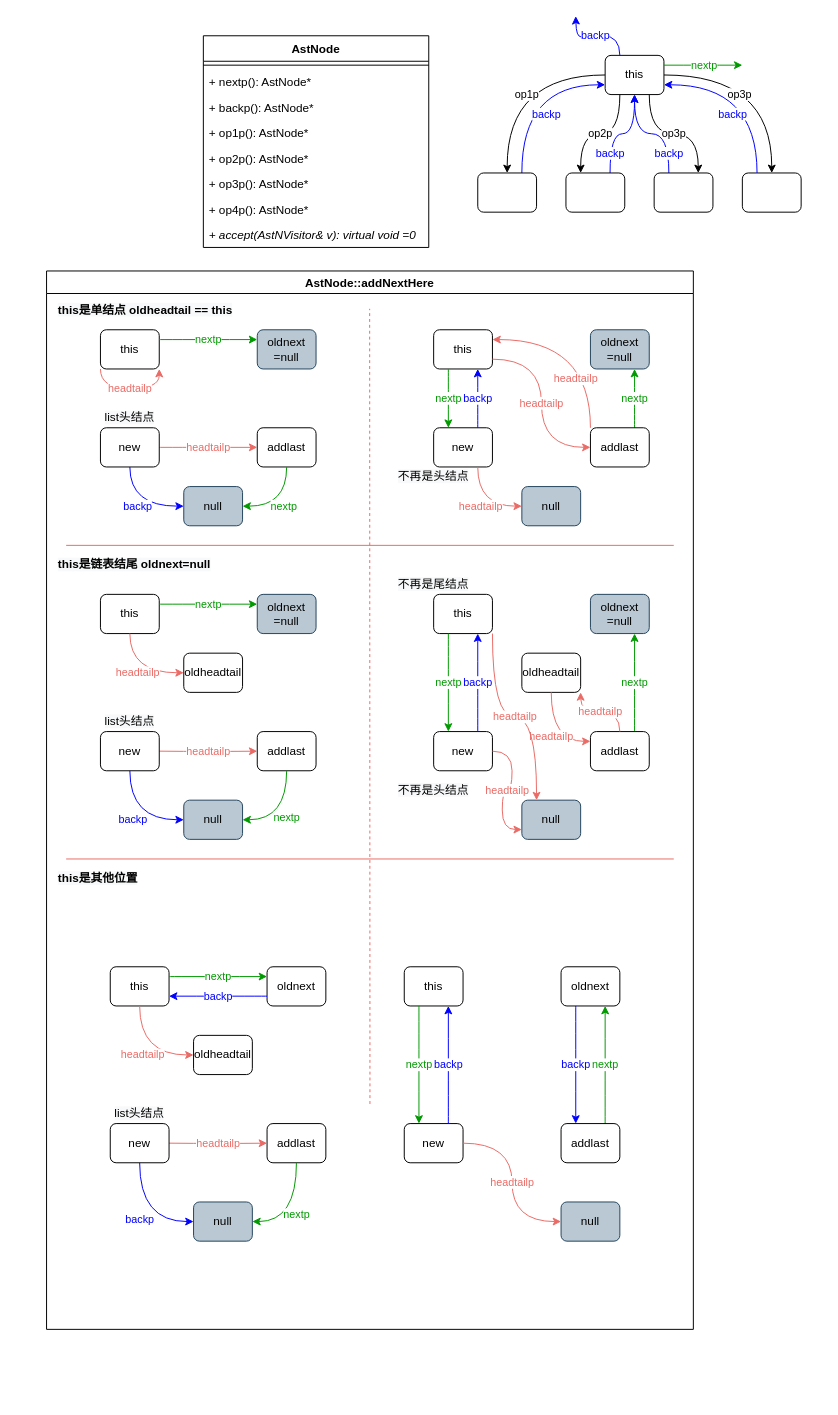
The draw.io diagram verilator_digrams/V3AstNode.drawio in Dercury/CLDK, before the edit. Source tidied: cells renumbered, new cells numbered last; positions are measured from the earlier drawing's top-left corner, leaving out a move shared by most shapes. Both pictures are drawn from the tidied source at 98%, with x=0, y=0 at pixel (46, 16).
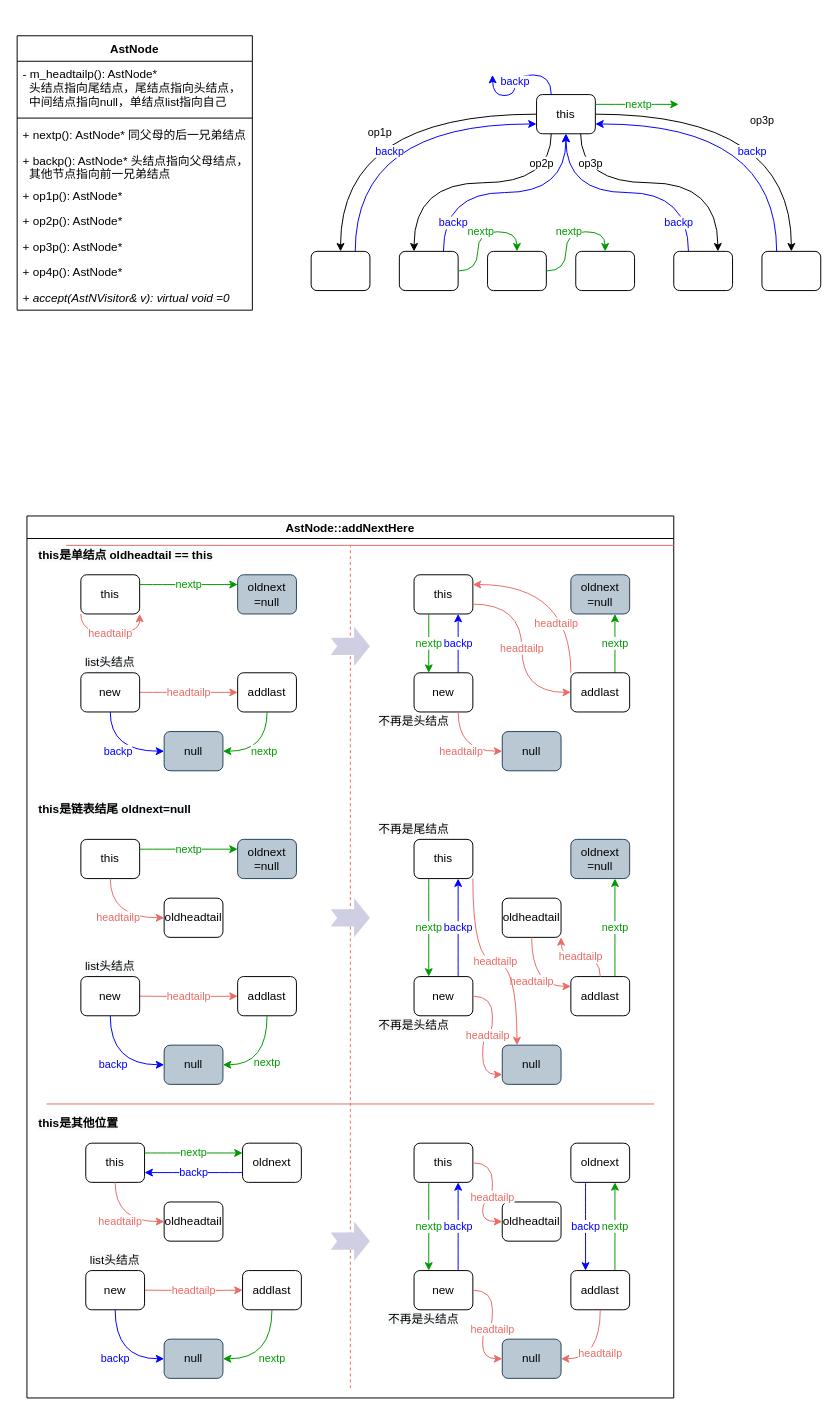
The same diagram, later.

The edit, as a diff of the source:
```diff
@@
     <mxCell id="2" value="AstNode" style="swimlane;fontStyle=1;align=center;verticalAlign=top;horizontal=1;startSize=26;" parent="1" vertex="1">
-      <mxGeometry x="160" y="20" width="230" height="216" as="geometry" />
+      <mxGeometry x="-30" y="20" width="240" height="280" as="geometry" />
     </mxCell>
+    <mxCell id="106" value="- m_headtailp(): AstNode*&#10;  头结点指向尾结点，尾结点指向头结点，&#10;  中间结点指向null，单结点list指向自己" style="text;strokeColor=none;fillColor=none;align=left;verticalAlign=top;spacingLeft=4;spacingRight=4;overflow=hidden;" parent="2" vertex="1">
+      <mxGeometry y="26" width="240" height="54" as="geometry" />
+    </mxCell>
     <mxCell id="3" style="line;strokeWidth=1;fillColor=none;align=left;verticalAlign=middle;spacingTop=-1;spacingLeft=3;spacingRight=3;labelPosition=right;" parent="2" vertex="1">
-      <mxGeometry y="26" width="230" height="8" as="geometry" />
+      <mxGeometry y="80" width="240" height="8" as="geometry" />
     </mxCell>
-    <mxCell id="4" value="+ nextp(): AstNode*" style="text;strokeColor=none;fillColor=none;align=left;verticalAlign=top;spacingLeft=4;spacingRight=4;overflow=hidden;" parent="2" vertex="1">
-      <mxGeometry y="34" width="230" height="26" as="geometry" />
+    <mxCell id="4" value="+ nextp(): AstNode* 同父母的后一兄弟结点" style="text;strokeColor=none;fillColor=none;align=left;verticalAlign=top;spacingLeft=4;spacingRight=4;overflow=hidden;" parent="2" vertex="1">
+      <mxGeometry y="88" width="240" height="26" as="geometry" />
     </mxCell>
-    <mxCell id="5" value="+ backp(): AstNode*" style="text;strokeColor=none;fillColor=none;align=left;verticalAlign=top;spacingLeft=4;spacingRight=4;overflow=hidden;" parent="2" vertex="1">
-      <mxGeometry y="60" width="230" height="26" as="geometry" />
+    <mxCell id="5" value="+ backp(): AstNode* 头结点指向父母结点，&#10;  其他节点指向前一兄弟结点" style="text;strokeColor=none;fillColor=none;align=left;verticalAlign=top;spacingLeft=4;spacingRight=4;overflow=hidden;" parent="2" vertex="1">
+      <mxGeometry y="114" width="240" height="36" as="geometry" />
     </mxCell>
     <mxCell id="6" value="+ op1p(): AstNode*" style="text;strokeColor=none;fillColor=none;align=left;verticalAlign=top;spacingLeft=4;spacingRight=4;overflow=hidden;" parent="2" vertex="1">
-      <mxGeometry y="86" width="230" height="26" as="geometry" />
+      <mxGeometry y="150" width="240" height="26" as="geometry" />
     </mxCell>
     <mxCell id="7" value="+ op2p(): AstNode*" style="text;strokeColor=none;fillColor=none;align=left;verticalAlign=top;spacingLeft=4;spacingRight=4;overflow=hidden;" parent="2" vertex="1">
-      <mxGeometry y="112" width="230" height="26" as="geometry" />
+      <mxGeometry y="176" width="240" height="26" as="geometry" />
     </mxCell>
     <mxCell id="8" value="+ op3p(): AstNode*" style="text;strokeColor=none;fillColor=none;align=left;verticalAlign=top;spacingLeft=4;spacingRight=4;overflow=hidden;" parent="2" vertex="1">
-      <mxGeometry y="138" width="230" height="26" as="geometry" />
+      <mxGeometry y="202" width="240" height="26" as="geometry" />
     </mxCell>
     <mxCell id="9" value="+ op4p(): AstNode*" style="text;strokeColor=none;fillColor=none;align=left;verticalAlign=top;spacingLeft=4;spacingRight=4;overflow=hidden;" parent="2" vertex="1">
-      <mxGeometry y="164" width="230" height="26" as="geometry" />
+      <mxGeometry y="228" width="240" height="26" as="geometry" />
     </mxCell>
     <mxCell id="10" value="+ accept(AstNVisitor&amp; v): virtual void =0" style="text;strokeColor=none;fillColor=none;align=left;verticalAlign=top;spacingLeft=4;spacingRight=4;overflow=hidden;fontStyle=2;" parent="2" vertex="1">
-      <mxGeometry y="190" width="230" height="26" as="geometry" />
+      <mxGeometry y="254" width="240" height="26" as="geometry" />
     </mxCell>
     <mxCell id="11" value="op2p" style="edgeStyle=orthogonalEdgeStyle;rounded=0;jettySize=auto;html=1;exitX=0.25;exitY=1;exitDx=0;exitDy=0;entryX=0.25;entryY=0;entryDx=0;entryDy=0;curved=1;entryPerimeter=0;" parent="1" edge="1" source="15" target="19">
-      <mxGeometry relative="1" as="geometry" />
+      <mxGeometry x="-0.77" y="-10" relative="1" as="geometry">
+        <Array as="points">
+          <mxPoint x="515" y="170" />
+          <mxPoint x="375" y="170" />
+        </Array>
+      </mxGeometry>
     </mxCell>
     <mxCell id="12" value="op3p" style="edgeStyle=orthogonalEdgeStyle;rounded=0;jettySize=auto;html=1;exitX=0.75;exitY=1;exitDx=0;exitDy=0;entryX=0.75;entryY=0;entryDx=0;entryDy=0;curved=1;" parent="1" edge="1" source="15" target="21">
-      <mxGeometry relative="1" as="geometry" />
+      <mxGeometry x="-0.77" y="10" relative="1" as="geometry">
+        <Array as="points">
+          <mxPoint x="545" y="170" />
+          <mxPoint x="685" y="170" />
+        </Array>
+      </mxGeometry>
     </mxCell>
     <mxCell id="13" value="op3p" style="edgeStyle=orthogonalEdgeStyle;rounded=0;jettySize=auto;html=1;exitX=1;exitY=0.5;exitDx=0;exitDy=0;entryX=0.5;entryY=0;entryDx=0;entryDy=0;curved=1;" parent="1" edge="1" source="15" target="22">
-      <mxGeometry x="-0.27" y="-20" relative="1" as="geometry" />
+      <mxGeometry x="0.22" y="-30" relative="1" as="geometry" />
     </mxCell>
     <mxCell id="14" value="op1p" style="edgeStyle=orthogonalEdgeStyle;rounded=0;jettySize=auto;html=1;exitX=0;exitY=0.5;exitDx=0;exitDy=0;entryX=0.5;entryY=0;entryDx=0;entryDy=0;curved=1;" parent="1" edge="1" source="15" target="17">
-      <mxGeometry x="0.2" y="20" relative="1" as="geometry" />
+      <mxGeometry x="0.29" y="40" relative="1" as="geometry" />
     </mxCell>
     <mxCell id="15" value="this" style="rounded=1;whiteSpace=wrap;html=1;" parent="1" vertex="1">
-      <mxGeometry x="570" y="40" width="60" height="40" as="geometry" />
+      <mxGeometry x="500" y="80" width="60" height="40" as="geometry" />
     </mxCell>
     <mxCell id="16" value="backp" style="edgeStyle=orthogonalEdgeStyle;curved=1;rounded=0;jettySize=auto;html=1;exitX=0.75;exitY=0;exitDx=0;exitDy=0;entryX=0;entryY=0.75;entryDx=0;entryDy=0;fontColor=#0000FF;strokeColor=#0000FF;" parent="1" edge="1" source="17" target="15">
-      <mxGeometry x="-0.31" y="-25" relative="1" as="geometry" />
+      <mxGeometry x="-0.35" y="-35" relative="1" as="geometry" />
     </mxCell>
     <mxCell id="17" style="rounded=1;whiteSpace=wrap;html=1;" parent="1" vertex="1">
-      <mxGeometry x="440" y="160" width="60" height="40" as="geometry" />
+      <mxGeometry x="270" y="240" width="60" height="40" as="geometry" />
     </mxCell>
     <mxCell id="18" value="backp" style="edgeStyle=orthogonalEdgeStyle;curved=1;rounded=0;jettySize=auto;html=1;exitX=0.75;exitY=0;exitDx=0;exitDy=0;entryX=0.5;entryY=1;entryDx=0;entryDy=0;fontColor=#0000FF;strokeColor=#0000FF;" parent="1" edge="1" source="19" target="15">
-      <mxGeometry x="-0.62" relative="1" as="geometry" />
+      <mxGeometry x="-0.76" y="-10" relative="1" as="geometry" />
     </mxCell>
     <mxCell id="19" style="rounded=1;whiteSpace=wrap;html=1;" parent="1" vertex="1">
-      <mxGeometry x="530" y="160" width="60" height="40" as="geometry" />
+      <mxGeometry x="360" y="240" width="60" height="40" as="geometry" />
     </mxCell>
     <mxCell id="20" value="backp" style="edgeStyle=orthogonalEdgeStyle;curved=1;rounded=0;jettySize=auto;html=1;exitX=0.25;exitY=0;exitDx=0;exitDy=0;entryX=0.5;entryY=1;entryDx=0;entryDy=0;strokeColor=#0000FF;fontColor=#0000FF;" parent="1" edge="1" source="21" target="15">
-      <mxGeometry x="-0.65" relative="1" as="geometry" />
+      <mxGeometry x="-0.76" y="10" relative="1" as="geometry" />
     </mxCell>
     <mxCell id="21" style="rounded=1;whiteSpace=wrap;html=1;" parent="1" vertex="1">
-      <mxGeometry x="620" y="160" width="60" height="40" as="geometry" />
+      <mxGeometry x="640" y="240" width="60" height="40" as="geometry" />
     </mxCell>
     <mxCell id="22" style="rounded=1;whiteSpace=wrap;html=1;" parent="1" vertex="1">
-      <mxGeometry x="710" y="160" width="60" height="40" as="geometry" />
+      <mxGeometry x="730" y="240" width="60" height="40" as="geometry" />
     </mxCell>
@@
     <mxCell id="24" value="backp" style="edgeStyle=orthogonalEdgeStyle;curved=1;rounded=0;jettySize=auto;html=1;exitX=0.25;exitY=0;exitDx=0;exitDy=0;strokeColor=#0000FF;fontColor=#0000FF;" parent="1" edge="1" source="15">
       <mxGeometry x="0.05" relative="1" as="geometry">
-        <mxPoint x="540" as="targetPoint" />
+        <mxPoint x="455" y="60" as="targetPoint" />
       </mxGeometry>
     </mxCell>
     <mxCell id="25" value="nextp" style="edgeStyle=orthogonalEdgeStyle;curved=1;rounded=0;jettySize=auto;html=1;exitX=1;exitY=0.25;exitDx=0;exitDy=0;strokeColor=#009900;fontColor=#009900;" parent="1" edge="1" source="15">
       <mxGeometry x="0.05" relative="1" as="geometry">
-        <mxPoint x="710" y="50" as="targetPoint" />
+        <mxPoint x="645" y="90" as="targetPoint" />
       </mxGeometry>
     </mxCell>
     <mxCell id="26" value="AstNode::addNextHere" style="swimlane;align=center;" parent="1" vertex="1">
-      <mxGeometry y="260" width="660" height="1080" as="geometry" />
+      <mxGeometry x="-20" y="510" width="660" height="900" as="geometry" />
     </mxCell>
@@
     <mxCell id="46" style="endArrow=none;dashed=1;html=1;fontColor=#000000;strokeColor=#EA6B66;" parent="26" edge="1">
       <mxGeometry relative="1" as="geometry">
-        <mxPoint x="330" y="850" as="sourcePoint" />
-        <mxPoint x="329.7" y="38.6" as="targetPoint" />
+        <mxPoint x="330" y="890" as="sourcePoint" />
+        <mxPoint x="330" y="30" as="targetPoint" />
       </mxGeometry>
     </mxCell>
@@
     <mxCell id="74" value="this" style="rounded=1;whiteSpace=wrap;html=1;" parent="26" vertex="1">
-      <mxGeometry x="65" y="710" width="60" height="40" as="geometry" />
+      <mxGeometry x="60" y="640" width="60" height="40" as="geometry" />
     </mxCell>
     <mxCell id="75" value="oldnext" style="rounded=1;whiteSpace=wrap;html=1;" parent="26" vertex="1">
-      <mxGeometry x="225" y="710" width="60" height="40" as="geometry" />
+      <mxGeometry x="220" y="640" width="60" height="40" as="geometry" />
     </mxCell>
@@
     <mxCell id="77" value="headtailp" style="edgeStyle=orthogonalEdgeStyle;curved=1;rounded=0;jettySize=auto;html=1;fontColor=#EA6B66;strokeColor=#EA6B66;" parent="26" edge="1" target="79">
       <mxGeometry relative="1" as="geometry">
-        <mxPoint x="125" y="890" as="sourcePoint" />
+        <mxPoint x="120" y="790" as="sourcePoint" />
       </mxGeometry>
     </mxCell>
     <mxCell id="78" value="new&lt;br&gt;" style="rounded=1;whiteSpace=wrap;html=1;" parent="26" vertex="1">
-      <mxGeometry x="65" y="870" width="60" height="40" as="geometry" />
+      <mxGeometry x="60" y="770" width="60" height="40" as="geometry" />
     </mxCell>
     <mxCell id="79" value="addlast" style="rounded=1;whiteSpace=wrap;html=1;" parent="26" vertex="1">
-      <mxGeometry x="225" y="870" width="60" height="40" as="geometry" />
+      <mxGeometry x="220" y="770" width="60" height="40" as="geometry" />
     </mxCell>
     <mxCell id="80" value="null" style="rounded=1;whiteSpace=wrap;html=1;fillColor=#bac8d3;strokeColor=#23445d;" parent="26" vertex="1">
-      <mxGeometry x="150" y="950" width="60" height="40" as="geometry" />
+      <mxGeometry x="140" y="840" width="60" height="40" as="geometry" />
     </mxCell>
     <mxCell id="81" value="this" style="rounded=1;whiteSpace=wrap;html=1;" parent="26" vertex="1">
-      <mxGeometry x="365" y="710" width="60" height="40" as="geometry" />
+      <mxGeometry x="395" y="640" width="60" height="40" as="geometry" />
     </mxCell>
     <mxCell id="82" value="oldnext" style="rounded=1;whiteSpace=wrap;html=1;" parent="26" vertex="1">
-      <mxGeometry x="525" y="710" width="60" height="40" as="geometry" />
+      <mxGeometry x="555" y="640" width="60" height="40" as="geometry" />
     </mxCell>
@@
     <mxCell id="84" value="new" style="rounded=1;whiteSpace=wrap;html=1;" parent="26" vertex="1">
-      <mxGeometry x="365" y="870" width="60" height="40" as="geometry" />
+      <mxGeometry x="395" y="770" width="60" height="40" as="geometry" />
     </mxCell>
@@
     <mxCell id="87" value="addlast" style="rounded=1;whiteSpace=wrap;html=1;" parent="26" vertex="1">
-      <mxGeometry x="525" y="870" width="60" height="40" as="geometry" />
+      <mxGeometry x="555" y="770" width="60" height="40" as="geometry" />
     </mxCell>
     <mxCell id="88" value="null" style="rounded=1;whiteSpace=wrap;html=1;fillColor=#bac8d3;strokeColor=#23445d;" parent="26" vertex="1">
-      <mxGeometry x="525" y="950" width="60" height="40" as="geometry" />
+      <mxGeometry x="485" y="840" width="60" height="40" as="geometry" />
     </mxCell>
@@
     <mxCell id="91" value="&lt;span style=&quot;color: rgb(0, 0, 0); font-family: helvetica; font-size: 12px; font-style: normal; font-weight: 400; letter-spacing: normal; text-indent: 0px; text-transform: none; word-spacing: 0px; background-color: rgb(248, 249, 250); display: inline; float: none;&quot;&gt;list头结点&lt;/span&gt;" style="text;whiteSpace=wrap;html=1;fontColor=#009900;align=center;verticalAlign=middle;" parent="26" vertex="1">
-      <mxGeometry x="60" y="850" width="70" height="20" as="geometry" />
+      <mxGeometry x="55" y="750" width="70" height="20" as="geometry" />
     </mxCell>
@@
     <mxCell id="96" value="oldheadtail" style="rounded=1;whiteSpace=wrap;html=1;" parent="26" vertex="1">
-      <mxGeometry x="150" y="780" width="60" height="40" as="geometry" />
+      <mxGeometry x="140" y="700" width="60" height="40" as="geometry" />
     </mxCell>
@@
     <mxCell id="101" value="&lt;span style=&quot;color: rgb(0 , 0 , 0) ; font-family: &amp;#34;helvetica&amp;#34; ; font-size: 12px ; font-style: normal ; font-weight: 400 ; letter-spacing: normal ; text-indent: 0px ; text-transform: none ; word-spacing: 0px ; background-color: rgb(248 , 249 , 250) ; display: inline ; float: none&quot;&gt;不再是头结点&lt;/span&gt;" style="text;whiteSpace=wrap;html=1;fontColor=#009900;align=center;verticalAlign=middle;" parent="26" vertex="1">
-      <mxGeometry x="355" y="520" width="80" height="20" as="geometry" />
+      <mxGeometry x="355" y="510" width="80" height="20" as="geometry" />
     </mxCell>
@@
+    <mxCell id="107" value="&lt;span style=&quot;color: rgb(0 , 0 , 0) ; font-family: &amp;#34;helvetica&amp;#34; ; font-size: 12px ; font-style: normal ; font-weight: 400 ; letter-spacing: normal ; text-indent: 0px ; text-transform: none ; word-spacing: 0px ; background-color: rgb(248 , 249 , 250) ; display: inline ; float: none&quot;&gt;不再是头结点&lt;/span&gt;" style="text;whiteSpace=wrap;html=1;fontColor=#009900;align=center;verticalAlign=middle;" parent="26" vertex="1">
+      <mxGeometry x="365" y="810" width="80" height="20" as="geometry" />
+    </mxCell>
+    <mxCell id="108" value="headtailp" style="edgeStyle=orthogonalEdgeStyle;curved=1;rounded=0;jettySize=auto;html=1;entryX=1;entryY=0.5;entryDx=0;entryDy=0;fontColor=#EA6B66;strokeColor=#EA6B66;exitX=0.5;exitY=1;exitDx=0;exitDy=0;" parent="26" edge="1" source="87" target="88">
+      <mxGeometry relative="1" as="geometry" />
+    </mxCell>
+    <mxCell id="109" value="oldheadtail" style="rounded=1;whiteSpace=wrap;html=1;" parent="26" vertex="1">
+      <mxGeometry x="485" y="700" width="60" height="40" as="geometry" />
+    </mxCell>
+    <mxCell id="110" style="html=1;shadow=0;dashed=0;align=center;verticalAlign=middle;shape=mxgraph.arrows2.arrow;dy=0.56;dx=16.17;notch=6.59;fillColor=#d0cee2;strokeColor=none;" parent="26" vertex="1">
+      <mxGeometry x="310" y="720" width="40" height="40" as="geometry" />
+    </mxCell>
+    <mxCell id="111" style="html=1;shadow=0;dashed=0;align=center;verticalAlign=middle;shape=mxgraph.arrows2.arrow;dy=0.56;dx=16.17;notch=6.59;fillColor=#d0cee2;strokeColor=none;" parent="26" vertex="1">
+      <mxGeometry x="310" y="390" width="40" height="40" as="geometry" />
+    </mxCell>
+    <mxCell id="112" style="html=1;shadow=0;dashed=0;align=center;verticalAlign=middle;shape=mxgraph.arrows2.arrow;dy=0.56;dx=16.17;notch=6.59;fillColor=#d0cee2;strokeColor=none;" parent="26" vertex="1">
+      <mxGeometry x="310" y="113" width="40" height="40" as="geometry" />
+    </mxCell>
+    <mxCell id="113" value="headtailp" style="edgeStyle=orthogonalEdgeStyle;curved=1;rounded=0;jettySize=auto;html=1;fontColor=#EA6B66;strokeColor=#EA6B66;entryX=0;entryY=0.5;entryDx=0;entryDy=0;" parent="26" edge="1" source="81" target="109">
+      <mxGeometry relative="1" as="geometry" />
+    </mxCell>
@@
+    <mxCell id="114" style="rounded=1;whiteSpace=wrap;html=1;" parent="1" vertex="1">
+      <mxGeometry x="450" y="240" width="60" height="40" as="geometry" />
+    </mxCell>
+    <mxCell id="115" value="nextp" style="edgeStyle=orthogonalEdgeStyle;curved=1;rounded=0;jettySize=auto;html=1;exitX=1;exitY=0.5;exitDx=0;exitDy=0;strokeColor=#009900;fontColor=#009900;entryX=0.5;entryY=0;entryDx=0;entryDy=0;" parent="1" edge="1" source="19" target="114">
+      <mxGeometry x="0.05" relative="1" as="geometry" />
+    </mxCell>
+    <mxCell id="116" style="rounded=1;whiteSpace=wrap;html=1;" parent="1" vertex="1">
+      <mxGeometry x="540" y="240" width="60" height="40" as="geometry" />
+    </mxCell>
+    <mxCell id="117" value="nextp" style="edgeStyle=orthogonalEdgeStyle;curved=1;rounded=0;jettySize=auto;html=1;exitX=1;exitY=0.5;exitDx=0;exitDy=0;strokeColor=#009900;fontColor=#009900;entryX=0.5;entryY=0;entryDx=0;entryDy=0;" parent="1" edge="1" source="114" target="116">
+      <mxGeometry x="0.05" relative="1" as="geometry" />
+    </mxCell>
```
